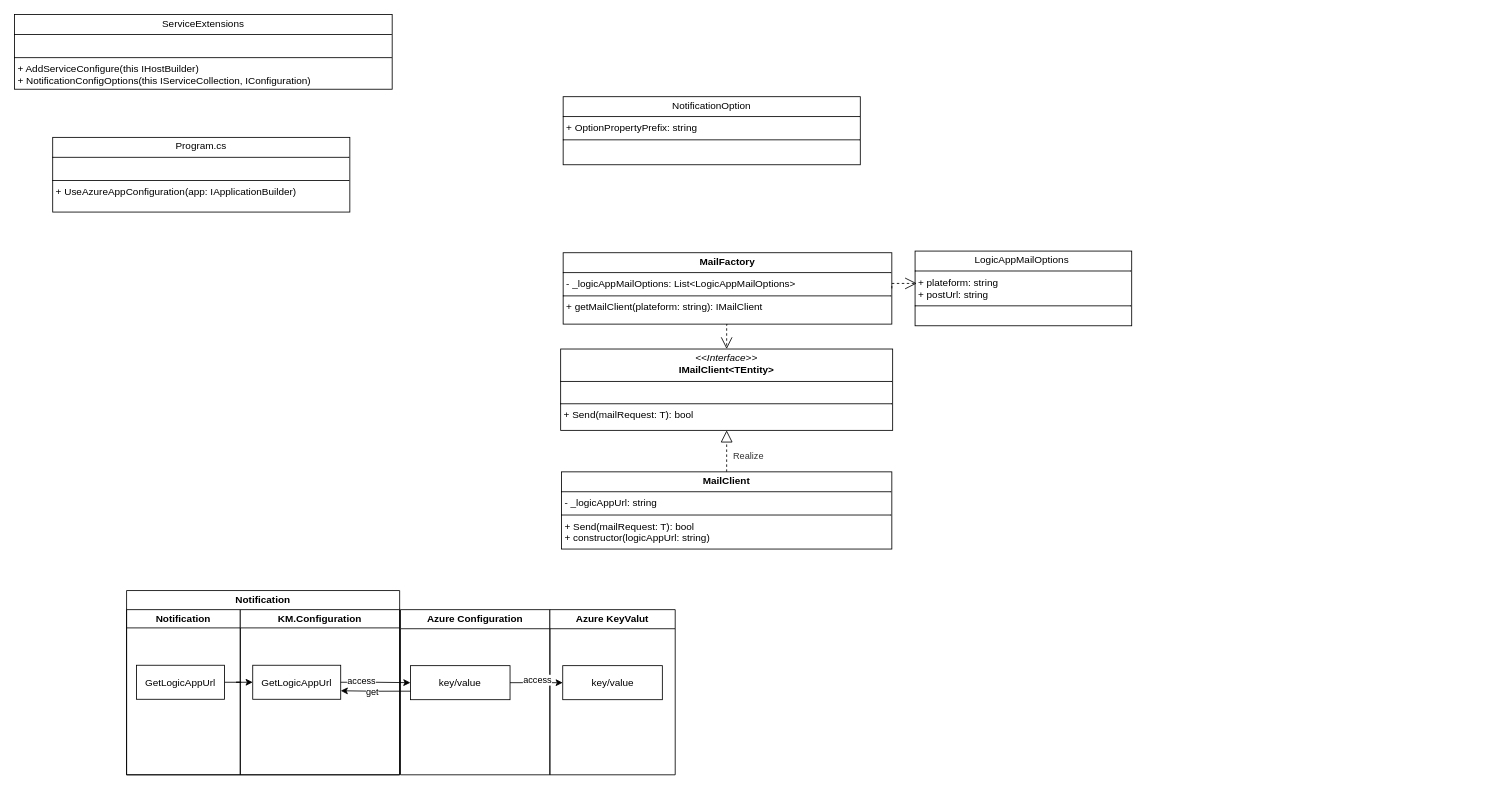
This is page "Page-13" (13 of 14) of 2.drawio from hy986/Repo_0110, a draw.io file, before an edit. Source tidied: cells renumbered, new cells numbered last; positions are measured from the earlier drawing's top-left corner, leaving out a move shared by most shapes. Both pictures are drawn from the tidied source at 83%, with x=0, y=0 at pixel (14, 14).
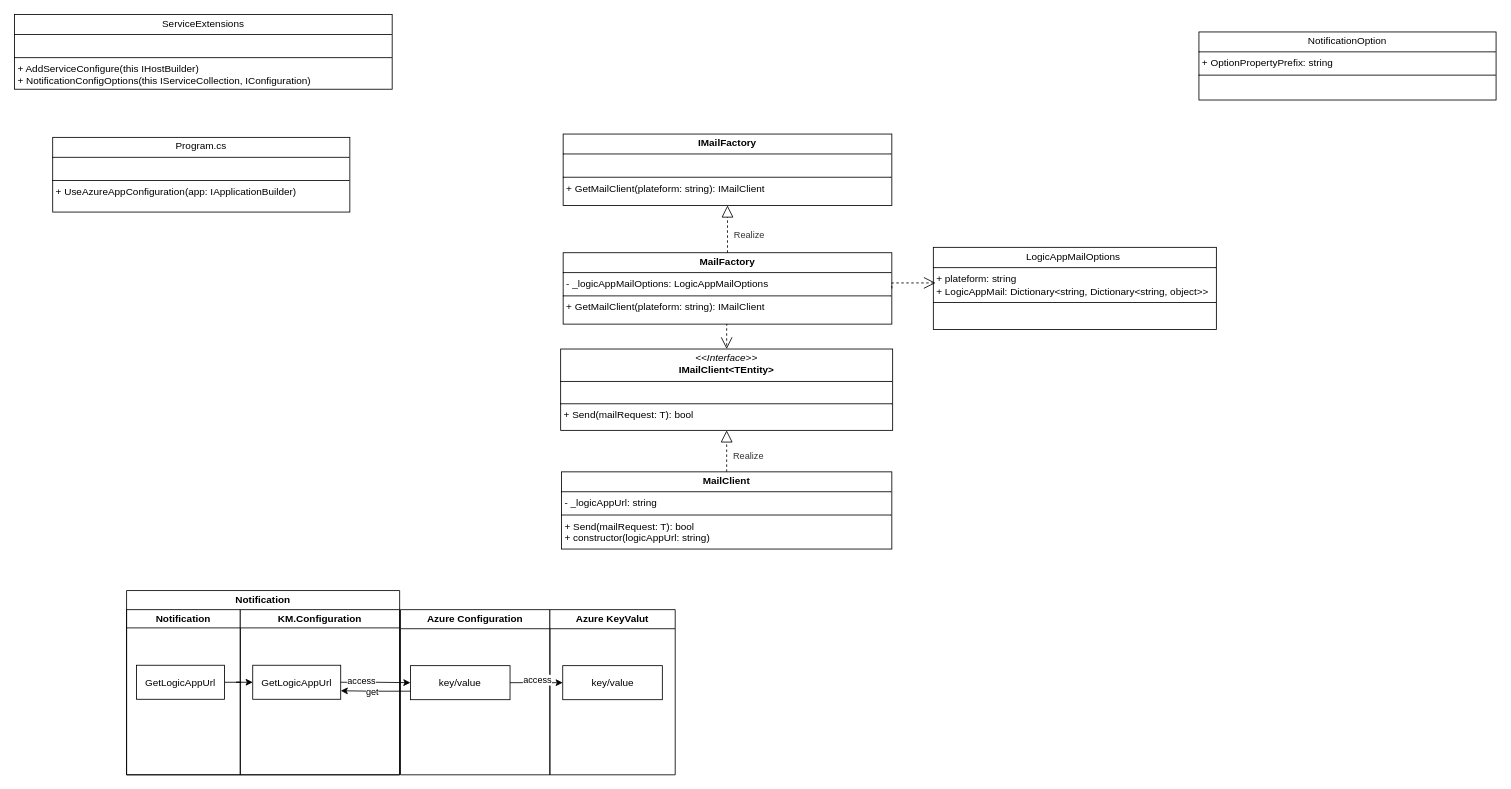
The same page after the edit.

The edit, as a diff of the source:
```diff
@@
-    <mxCell id="6" value="&lt;p style=&quot;margin:0px;margin-top:4px;text-align:center;&quot;&gt;&lt;b&gt;MailFactory&lt;/b&gt;&lt;/p&gt;&lt;hr size=&quot;1&quot; style=&quot;border-style:solid;&quot;&gt;&lt;p style=&quot;margin:0px;margin-left:4px;&quot;&gt;- _logicAppMailOptions: List&amp;lt;LogicAppMailOptions&amp;gt;&lt;/p&gt;&lt;hr size=&quot;1&quot; style=&quot;border-style:solid;&quot;&gt;&lt;p style=&quot;margin: 0px 0px 0px 4px;&quot;&gt;+ getMailClient(plateform: string): IMailClient&lt;/p&gt;" style="verticalAlign=top;align=left;overflow=fill;html=1;whiteSpace=wrap;" parent="1" vertex="1">
+    <mxCell id="6" value="&lt;p style=&quot;margin:0px;margin-top:4px;text-align:center;&quot;&gt;&lt;b&gt;MailFactory&lt;/b&gt;&lt;/p&gt;&lt;hr size=&quot;1&quot; style=&quot;border-style:solid;&quot;&gt;&lt;p style=&quot;margin:0px;margin-left:4px;&quot;&gt;- _logicAppMailOptions: LogicAppMailOptions&lt;/p&gt;&lt;hr size=&quot;1&quot; style=&quot;border-style:solid;&quot;&gt;&lt;p style=&quot;margin: 0px 0px 0px 4px;&quot;&gt;+ GetMailClient(plateform: string): IMailClient&lt;/p&gt;" style="verticalAlign=top;align=left;overflow=fill;html=1;whiteSpace=wrap;" parent="1" vertex="1">
       <mxGeometry x="661" y="287" width="396" height="86" as="geometry" />
     </mxCell>
@@
     <mxCell id="25" value="&lt;p style=&quot;margin:0px;margin-top:4px;text-align:center;&quot;&gt;Notification&lt;span style=&quot;background-color: initial; text-align: left;&quot;&gt;Option&lt;/span&gt;&lt;/p&gt;&lt;hr size=&quot;1&quot; style=&quot;border-style:solid;&quot;&gt;&lt;p style=&quot;margin:0px;margin-left:4px;&quot;&gt;+&amp;nbsp;OptionPropertyPrefix: string&lt;/p&gt;&lt;hr size=&quot;1&quot; style=&quot;border-style:solid;&quot;&gt;&lt;p style=&quot;margin:0px;margin-left:4px;&quot;&gt;&lt;br&gt;&lt;/p&gt;" style="verticalAlign=top;align=left;overflow=fill;html=1;whiteSpace=wrap;" parent="1" vertex="1">
-      <mxGeometry x="661" y="99" width="358" height="82" as="geometry" />
+      <mxGeometry x="1427" y="21" width="358" height="82" as="geometry" />
     </mxCell>
-    <mxCell id="26" value="&lt;p style=&quot;margin:0px;margin-top:4px;text-align:center;&quot;&gt;LogicAppMailOptions&amp;nbsp;&lt;/p&gt;&lt;hr size=&quot;1&quot; style=&quot;border-style:solid;&quot;&gt;&lt;p style=&quot;margin:0px;margin-left:4px;&quot;&gt;+ plateform: string&lt;/p&gt;&lt;p style=&quot;margin:0px;margin-left:4px;&quot;&gt;+ postUrl: string&lt;/p&gt;&lt;hr size=&quot;1&quot; style=&quot;border-style:solid;&quot;&gt;&lt;p style=&quot;margin:0px;margin-left:4px;&quot;&gt;&lt;br&gt;&lt;/p&gt;" style="verticalAlign=top;align=left;overflow=fill;html=1;whiteSpace=wrap;" parent="1" vertex="1">
-      <mxGeometry x="1085" y="285" width="261" height="90" as="geometry" />
+    <mxCell id="26" value="&lt;p style=&quot;margin:0px;margin-top:4px;text-align:center;&quot;&gt;LogicAppMailOptions&amp;nbsp;&lt;/p&gt;&lt;hr size=&quot;1&quot; style=&quot;border-style:solid;&quot;&gt;&lt;p style=&quot;margin:0px;margin-left:4px;&quot;&gt;+ plateform: string&lt;/p&gt;&lt;p style=&quot;margin:0px;margin-left:4px;&quot;&gt;+ LogicAppMail: Dictionary&amp;lt;string, Dictionary&amp;lt;string, object&amp;gt;&amp;gt;&lt;/p&gt;&lt;hr size=&quot;1&quot; style=&quot;border-style:solid;&quot;&gt;&lt;p style=&quot;margin:0px;margin-left:4px;&quot;&gt;&lt;br&gt;&lt;/p&gt;" style="verticalAlign=top;align=left;overflow=fill;html=1;whiteSpace=wrap;" parent="1" vertex="1">
+      <mxGeometry x="1107" y="280.5" width="341" height="99" as="geometry" />
     </mxCell>
@@
+    <mxCell id="28" value="&lt;p style=&quot;margin:0px;margin-top:4px;text-align:center;&quot;&gt;&lt;b&gt;IMailFactory&lt;/b&gt;&lt;/p&gt;&lt;hr size=&quot;1&quot; style=&quot;border-style:solid;&quot;&gt;&lt;p style=&quot;margin:0px;margin-left:4px;&quot;&gt;&lt;br&gt;&lt;/p&gt;&lt;hr size=&quot;1&quot; style=&quot;border-style:solid;&quot;&gt;&lt;p style=&quot;margin: 0px 0px 0px 4px;&quot;&gt;+ GetMailClient(plateform: string): IMailClient&lt;/p&gt;" style="verticalAlign=top;align=left;overflow=fill;html=1;whiteSpace=wrap;" parent="1" vertex="1">
+      <mxGeometry x="661" y="144" width="396" height="86" as="geometry" />
+    </mxCell>
+    <mxCell id="29" value="&lt;span style=&quot;color: rgb(51, 51, 51); font-family: Helvetica; font-size: 11px; font-style: normal; font-variant-ligatures: normal; font-variant-caps: normal; font-weight: 400; letter-spacing: normal; orphans: 2; text-align: left; text-indent: 0px; text-transform: none; widows: 2; word-spacing: 0px; -webkit-text-stroke-width: 0px; white-space: pre-wrap; background-color: rgb(255, 255, 255); text-decoration-thickness: initial; text-decoration-style: initial; text-decoration-color: initial; display: inline !important; float: none;&quot;&gt;Realize&lt;/span&gt;" style="edgeStyle=orthogonalEdgeStyle;rounded=0;jettySize=auto;html=1;exitX=0.5;exitY=0;exitDx=0;exitDy=0;entryX=0.5;entryY=1;entryDx=0;entryDy=0;dashed=1;endArrow=block;endFill=0;endSize=12;" parent="1" edge="1" source="6" target="28">
+      <mxGeometry x="-0.25" y="-26" relative="1" as="geometry" />
+    </mxCell>
```
